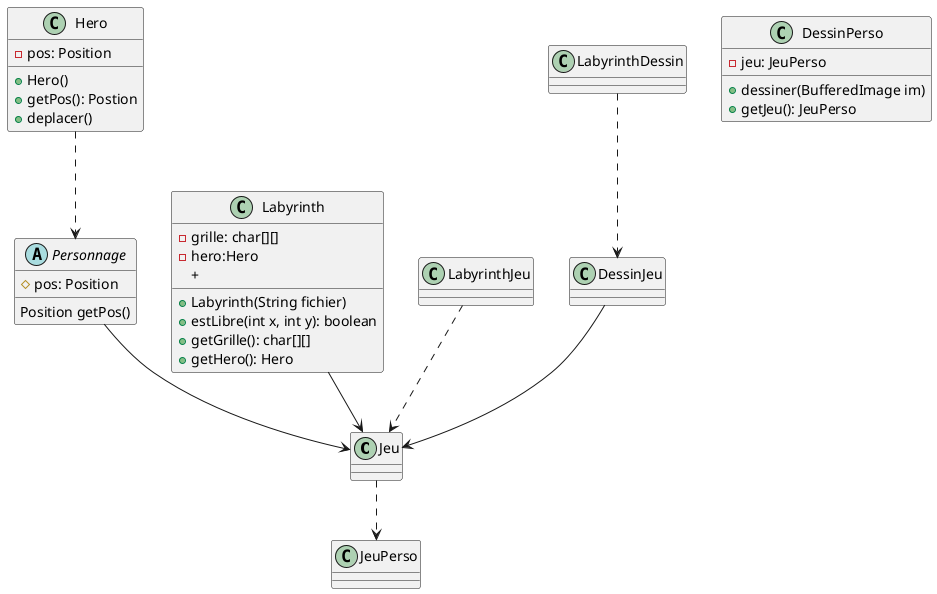
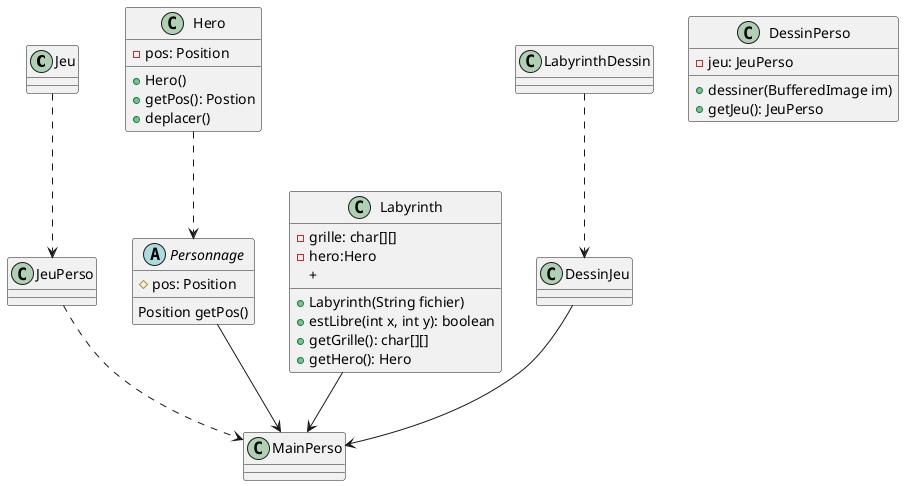
@startuml
'https://plantuml.com/class-diagram

class Jeu

abstract Personnage{
#pos: Position
Position getPos()
}
class Hero{
-pos: Position
+Hero()
+getPos(): Postion
+deplacer()
}

class Labyrinth{
-grille: char[][]
-hero:Hero
+Labyrinth(String fichier)
+estLibre(int x, int y): boolean
+getGrille(): char[][]
+getHero(): Hero
+
}
- class LabyrinthJeu{
+ class JeuPerso{
}
class LabyrinthDessin{
}

class DessinJeu{
}
class DessinPerso{
-jeu: JeuPerso
+dessiner(BufferedImage im)
+getJeu(): JeuPerso
}
class JeuPerso{
}

Hero ..> Personnage
- Personnage --> Jeu
- Labyrinth --> Jeu
+ Personnage --> MainPerso
+ Labyrinth --> MainPerso
Jeu ..> JeuPerso
- DessinJeu-->Jeu
- LabyrinthJeu..>Jeu
+ DessinJeu-->MainPerso
+ JeuPerso..>MainPerso
LabyrinthDessin..>DessinJeu


@enduml